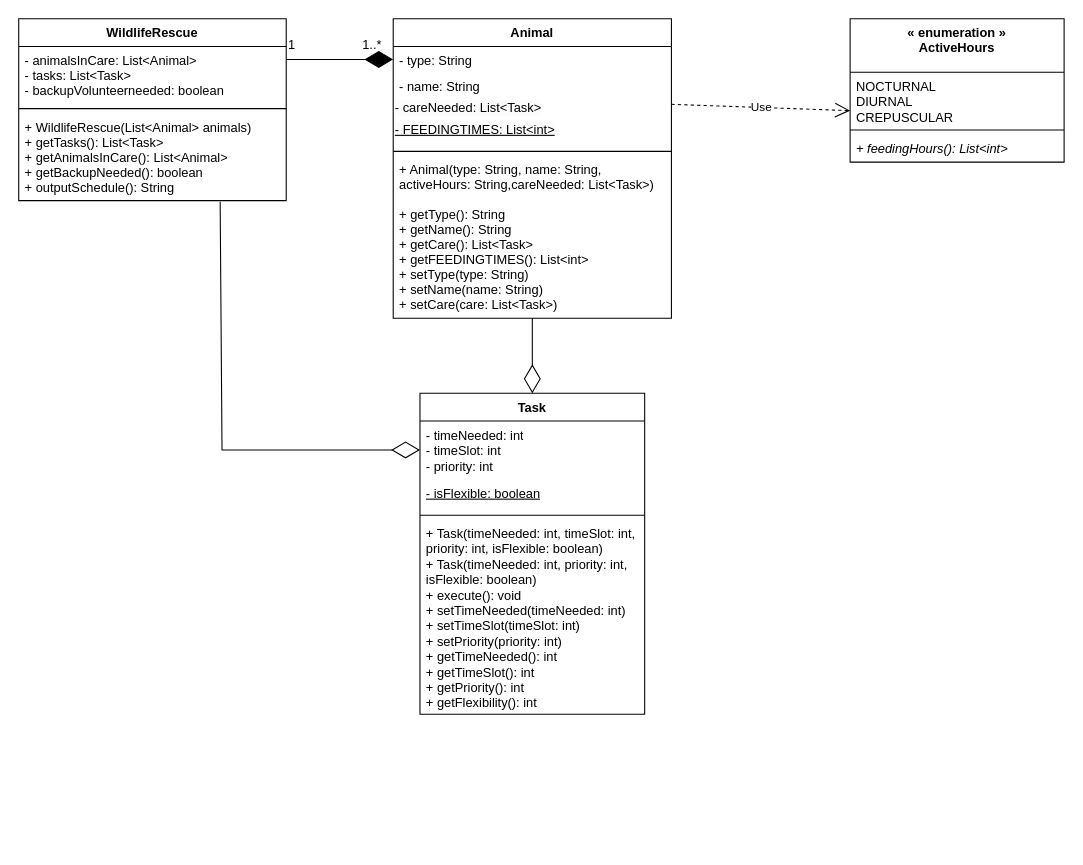
Earlier version of the draw.io diagram UML Diagram.drawio (aryan-karadia/Mock-Schedule-Builder). Source tidied: cells renumbered, new cells numbered last; positions are measured from the earlier drawing's top-left corner, leaving out a move shared by most shapes. Both pictures are drawn from the tidied source at 107%, with x=0, y=0 at pixel (18, 18).
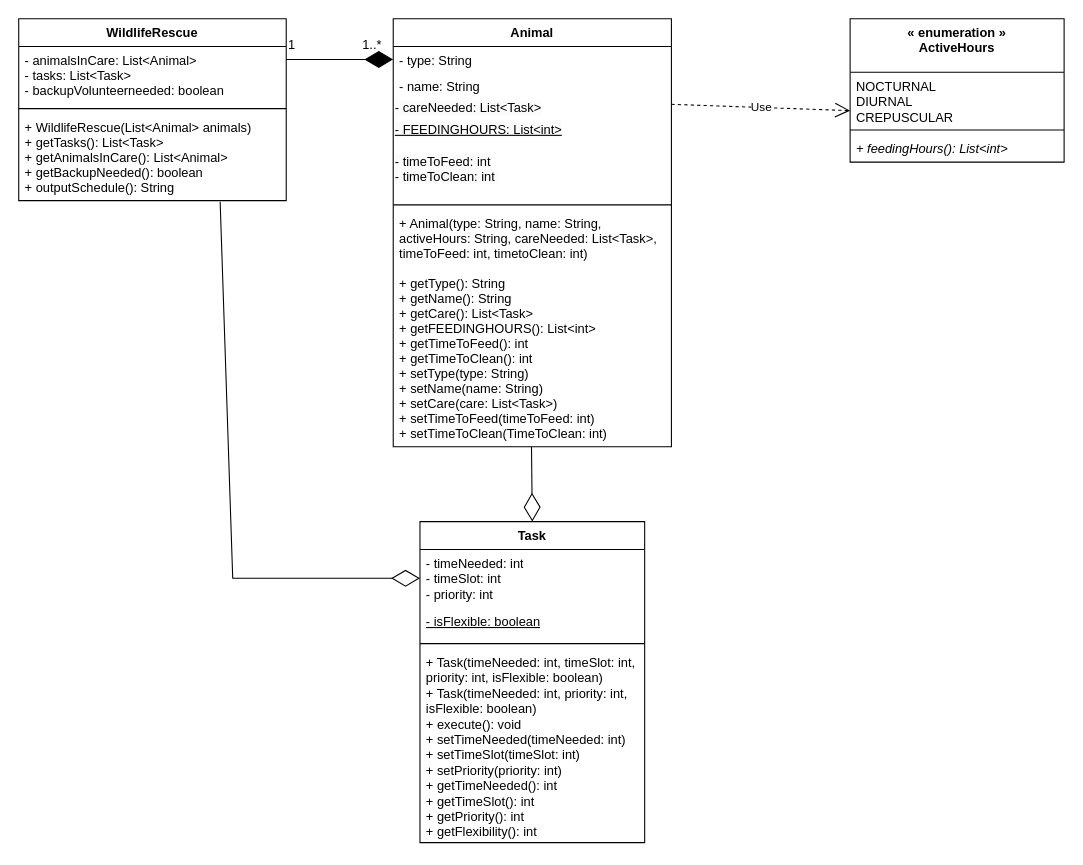
The same page after the edit.

Commit message:
Added timeToFeed and timeToClean to Animal Class

The change refers to these unchanged cells:
```xml
<mxCell id="5" value="+ WildlifeRescue(List&lt;Animal&gt; animals)&#10;+ getTasks(): List&lt;Task&gt;&#10;+ getAnimalsInCare(): List&lt;Animal&gt;&#10;+ getBackupNeeded(): boolean&#10;+ outputSchedule(): String" style="text;strokeColor=none;fillColor=none;align=left;verticalAlign=top;spacingLeft=4;spacingRight=4;overflow=hidden;points=[[0,0.5],[1,0.5]];portConstraint=eastwest;" parent="2" vertex="1">
  <mxGeometry y="88" width="250" height="82" as="geometry" />
</mxCell>
<mxCell id="20" value="- timeNeeded: int&lt;br&gt;- timeSlot: int&lt;br&gt;- priority: int" style="text;strokeColor=none;fillColor=none;align=left;verticalAlign=top;spacingLeft=4;spacingRight=4;overflow=hidden;points=[[0,0.5],[1,0.5]];portConstraint=eastwest;whiteSpace=wrap;html=1;" parent="19" vertex="1">
  <mxGeometry y="26" width="210" height="54" as="geometry" />
</mxCell>
```

Change to the diagram source:
```diff
@@
     <mxCell id="6" value="Animal" style="swimlane;fontStyle=1;align=center;verticalAlign=top;horizontal=1;startSize=26;" parent="1" vertex="1">
-      <mxGeometry x="350" width="260" height="280" as="geometry" />
+      <mxGeometry x="350" width="260" height="400" as="geometry" />
     </mxCell>
@@
-    <mxCell id="10" value="&lt;span style=&quot;color: rgb(0, 0, 0); font-family: Helvetica; font-size: 12px; font-style: normal; font-variant-ligatures: normal; font-variant-caps: normal; font-weight: 400; letter-spacing: normal; orphans: 2; text-align: left; text-indent: 0px; text-transform: none; widows: 2; word-spacing: 0px; -webkit-text-stroke-width: 0px; background-color: rgb(251, 251, 251); text-decoration-thickness: initial; text-decoration-style: initial; text-decoration-color: initial; float: none; display: inline !important;&quot;&gt;&lt;u&gt;- FEEDINGTIMES: List&amp;lt;int&amp;gt;&lt;/u&gt;&lt;/span&gt;" style="text;whiteSpace=wrap;html=1;" parent="6" vertex="1">
+    <mxCell id="10" value="&lt;span style=&quot;color: rgb(0, 0, 0); font-family: Helvetica; font-size: 12px; font-style: normal; font-variant-ligatures: normal; font-variant-caps: normal; font-weight: 400; letter-spacing: normal; orphans: 2; text-align: left; text-indent: 0px; text-transform: none; widows: 2; word-spacing: 0px; -webkit-text-stroke-width: 0px; background-color: rgb(251, 251, 251); text-decoration-thickness: initial; text-decoration-style: initial; text-decoration-color: initial; float: none; display: inline !important;&quot;&gt;&lt;u&gt;- FEEDINGHOURS: List&amp;lt;int&amp;gt;&lt;/u&gt;&lt;/span&gt;" style="text;whiteSpace=wrap;html=1;" parent="6" vertex="1">
       <mxGeometry y="90" width="260" height="30" as="geometry" />
     </mxCell>
+    <mxCell id="28" value="&lt;span style=&quot;color: rgb(0, 0, 0); font-family: Helvetica; font-size: 12px; font-style: normal; font-variant-ligatures: normal; font-variant-caps: normal; font-weight: 400; letter-spacing: normal; orphans: 2; text-align: left; text-indent: 0px; text-transform: none; widows: 2; word-spacing: 0px; -webkit-text-stroke-width: 0px; background-color: rgb(251, 251, 251); text-decoration-thickness: initial; text-decoration-style: initial; text-decoration-color: initial; float: none; display: inline !important;&quot;&gt;- timeToFeed: int&lt;br&gt;- timeToClean: int&amp;nbsp;&lt;/span&gt;" style="text;whiteSpace=wrap;html=1;" parent="6" vertex="1">
+      <mxGeometry y="120" width="260" height="50" as="geometry" />
+    </mxCell>
     <mxCell id="11" style="line;strokeWidth=1;fillColor=none;align=left;verticalAlign=middle;spacingTop=-1;spacingLeft=3;spacingRight=3;labelPosition=right;strokeColor=inherit;" parent="6" vertex="1">
-      <mxGeometry y="120" width="260" height="8" as="geometry" />
+      <mxGeometry y="170" width="260" height="8" as="geometry" />
     </mxCell>
-    <mxCell id="12" value="+ Animal(type: String, name: String, &#10;activeHours: String,careNeeded: List&lt;Task&gt;)&#10;&#10;+ getType(): String&#10;+ getName(): String&#10;+ getCare(): List&lt;Task&gt;&#10;+ getFEEDINGTIMES(): List&lt;int&gt;&#10;+ setType(type: String)&#10;+ setName(name: String)&#10;+ setCare(care: List&lt;Task&gt;)&#10;&#10;" style="text;strokeColor=none;fillColor=none;align=left;verticalAlign=top;spacingLeft=4;spacingRight=4;overflow=hidden;points=[[0,0.5],[1,0.5]];portConstraint=eastwest;" parent="6" vertex="1">
-      <mxGeometry y="128" width="260" height="152" as="geometry" />
+    <mxCell id="12" value="+ Animal(type: String, name: String, &#10;activeHours: String, careNeeded: List&lt;Task&gt;, &#10;timeToFeed: int, timetoClean: int)&#10;&#10;+ getType(): String&#10;+ getName(): String&#10;+ getCare(): List&lt;Task&gt;&#10;+ getFEEDINGHOURS(): List&lt;int&gt;&#10;+ getTimeToFeed(): int&#10;+ getTimeToClean(): int&#10;+ setType(type: String)&#10;+ setName(name: String)&#10;+ setCare(care: List&lt;Task&gt;)&#10;+ setTimeToFeed(timeToFeed: int)&#10;+ setTimeToClean(TimeToClean: int)&#10;&#10;" style="text;strokeColor=none;fillColor=none;align=left;verticalAlign=top;spacingLeft=4;spacingRight=4;overflow=hidden;points=[[0,0.5],[1,0.5]];portConstraint=eastwest;" parent="6" vertex="1">
+      <mxGeometry y="178" width="260" height="222" as="geometry" />
     </mxCell>
@@
     <mxCell id="19" value="Task" style="swimlane;fontStyle=1;align=center;verticalAlign=top;horizontal=1;startSize=26;whiteSpace=wrap;html=1;" parent="1" vertex="1">
-      <mxGeometry x="375" y="350" width="210" height="300" as="geometry" />
+      <mxGeometry x="375" y="470" width="210" height="300" as="geometry" />
     </mxCell>
@@
-    <mxCell id="24" style="endArrow=diamondThin;endFill=0;endSize=24;html=1;rounded=0;" parent="1" edge="1">
-      <mxGeometry relative="1" as="geometry">
-        <mxPoint x="480" y="280" as="sourcePoint" />
-        <mxPoint x="480" y="350" as="targetPoint" />
-      </mxGeometry>
+    <mxCell id="24" style="endArrow=diamondThin;endFill=0;endSize=24;html=1;rounded=0;entryX=0.5;entryY=0;entryDx=0;entryDy=0;exitX=0.497;exitY=1;exitDx=0;exitDy=0;exitPerimeter=0;" parent="1" edge="1" source="12" target="19">
+      <mxGeometry relative="1" as="geometry" />
     </mxCell>
@@
     <mxCell id="27" style="endArrow=diamondThin;endFill=0;endSize=24;html=1;rounded=0;exitX=0.753;exitY=1.013;exitDx=0;exitDy=0;exitPerimeter=0;entryX=0;entryY=0.5;entryDx=0;entryDy=0;" parent="1" edge="1" source="5" target="20">
       <mxGeometry relative="1" as="geometry">
         <Array as="points">
-          <mxPoint x="190" y="403" />
+          <mxPoint x="200" y="523" />
         </Array>
       </mxGeometry>
     </mxCell>
```
